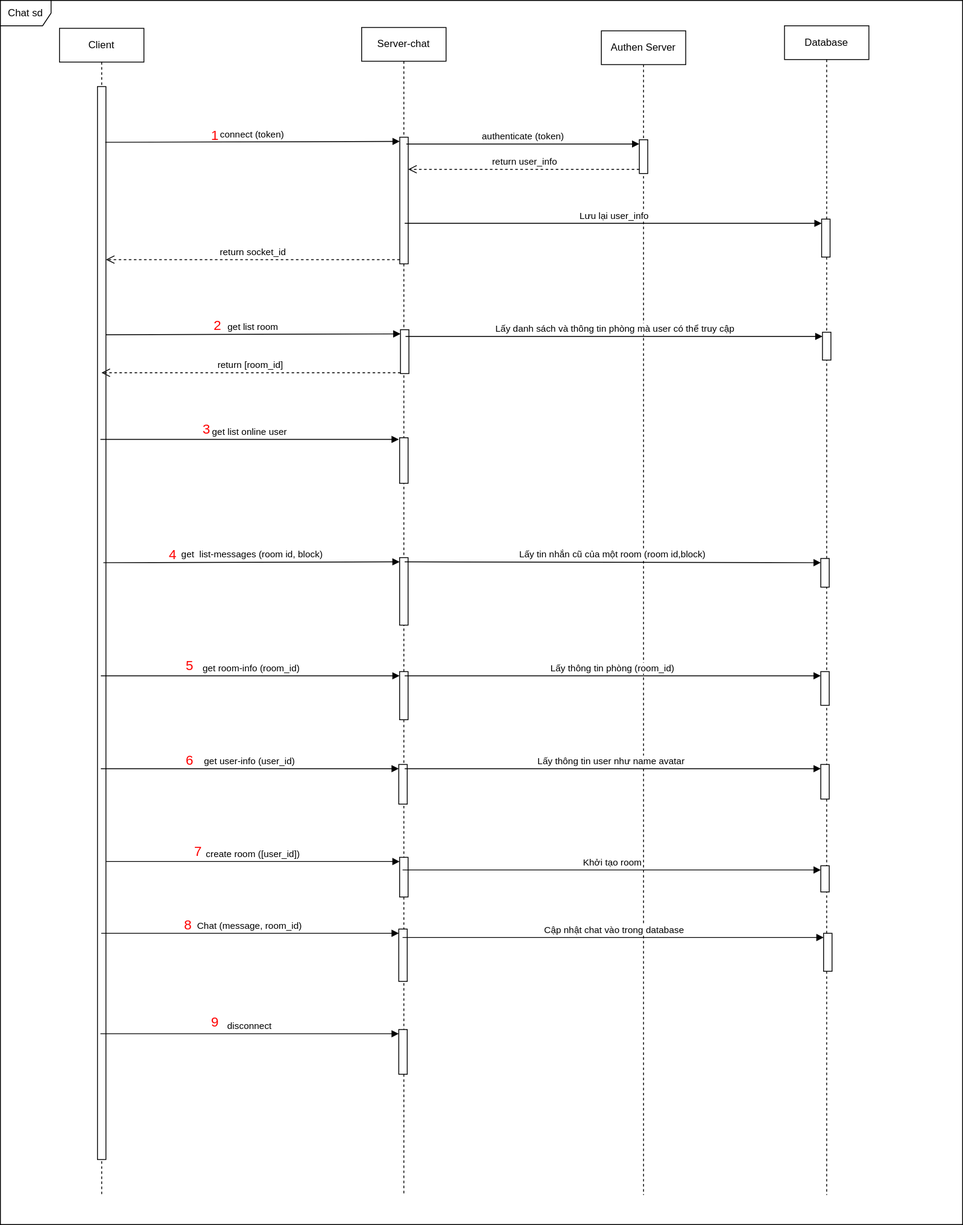
The draw.io diagram chat_sd.svg in aritoerp/assets, before a commit. Source tidied: cells renumbered, new cells last; positions are measured from the earlier drawing's top-left corner, leaving out a move shared by most shapes.
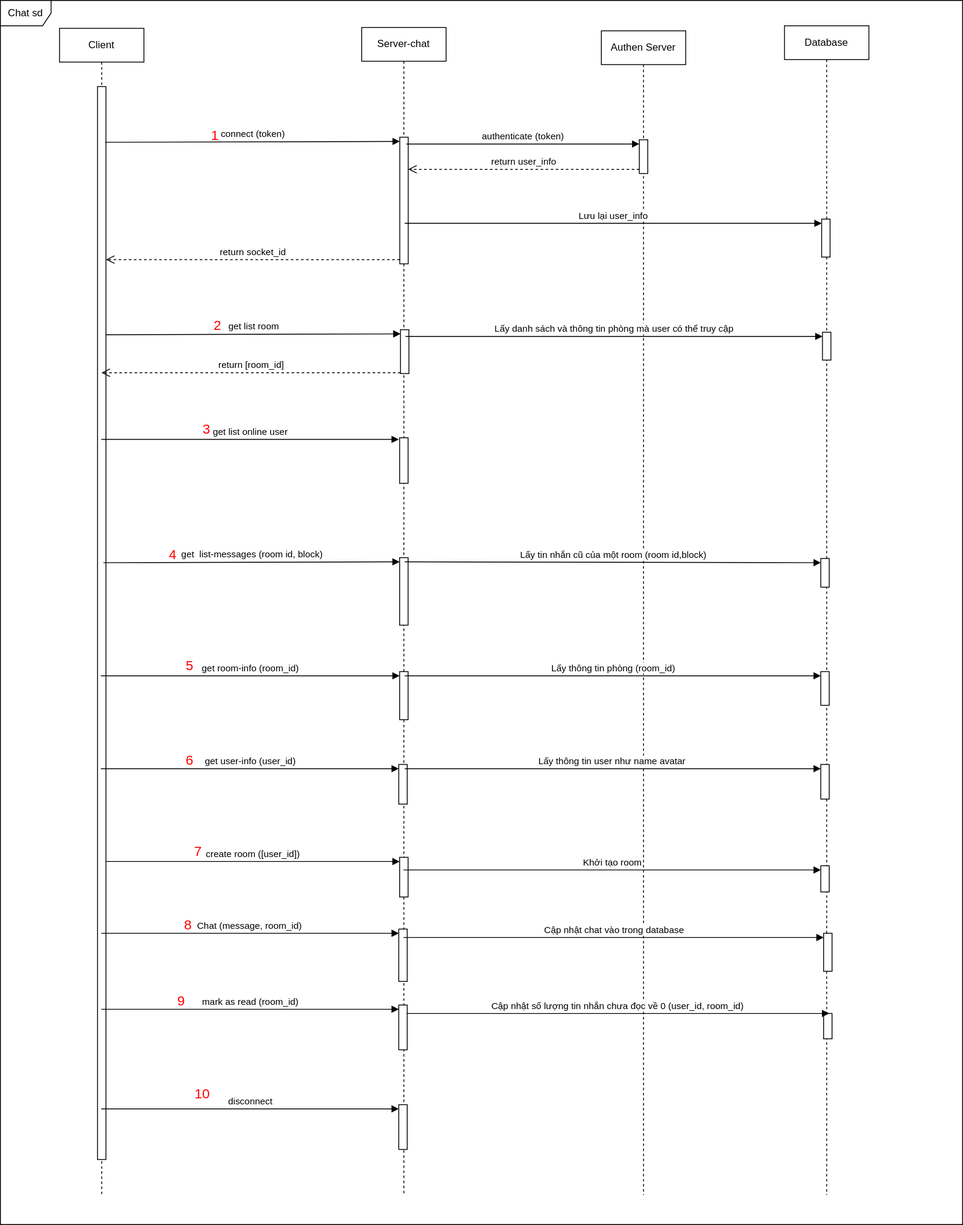
The same file after the commit.

Diff of the diagram source:
```diff
@@ -44,8 +44,16 @@
       <mxGeometry x="44" y="1068" width="10" height="62" as="geometry" />
     </mxCell>
     <mxCell id="15" style="html=1;points=[[0,0,0,0,5],[0,1,0,0,-5],[1,0,0,0,5],[1,1,0,0,-5]];perimeter=orthogonalPerimeter;outlineConnect=0;targetShapes=umlLifeline;portConstraint=eastwest;newEdgeStyle={&quot;curved&quot;:0,&quot;rounded&quot;:0};" parent="5" vertex="1">
-      <mxGeometry x="44" y="1187" width="10" height="53" as="geometry" />
+      <mxGeometry x="44" y="1276" width="10" height="53" as="geometry" />
     </mxCell>
+    <mxCell id="54" style="html=1;points=[[0,0,0,0,5],[0,1,0,0,-5],[1,0,0,0,5],[1,1,0,0,-5]];perimeter=orthogonalPerimeter;outlineConnect=0;targetShapes=umlLifeline;portConstraint=eastwest;newEdgeStyle={&quot;curved&quot;:0,&quot;rounded&quot;:0};" parent="5" vertex="1">
+      <mxGeometry x="44" y="1158" width="10" height="53" as="geometry" />
+    </mxCell>
+    <mxCell id="55" value="mark as read (room_id)" style="html=1;verticalAlign=bottom;endArrow=block;curved=0;rounded=0;entryX=0;entryY=0;entryDx=0;entryDy=5;" parent="5" edge="1" target="54">
+      <mxGeometry relative="1" as="geometry">
+        <mxPoint x="-308.5" y="1163" as="sourcePoint" />
+      </mxGeometry>
+    </mxCell>
     <mxCell id="16" value="get list room" style="html=1;verticalAlign=bottom;endArrow=block;curved=0;rounded=0;entryX=0;entryY=0;entryDx=0;entryDy=5;" parent="1" edge="1" target="6">
       <mxGeometry relative="1" as="geometry">
         <mxPoint x="125" y="396" as="sourcePoint" />
@@ -80,6 +88,9 @@
     <mxCell id="25" style="html=1;points=[[0,0,0,0,5],[0,1,0,0,-5],[1,0,0,0,5],[1,1,0,0,-5]];perimeter=orthogonalPerimeter;outlineConnect=0;targetShapes=umlLifeline;portConstraint=eastwest;newEdgeStyle={&quot;curved&quot;:0,&quot;rounded&quot;:0};" parent="22" vertex="1">
       <mxGeometry x="44" y="229" width="10" height="45" as="geometry" />
     </mxCell>
+    <mxCell id="56" style="html=1;perimeter=orthogonalPerimeter;targetShapes=umlLifeline;newEdgeStyle={&quot;curved&quot;:0,&quot;rounded&quot;:0};" parent="22" vertex="1">
+      <mxGeometry x="46.3" y="1170" width="10" height="30" as="geometry" />
+    </mxCell>
     <mxCell id="26" value="Lấy danh sách và thông tin phòng mà user có thể truy cập" style="html=1;verticalAlign=bottom;endArrow=block;curved=0;rounded=0;entryX=0;entryY=0;entryDx=0;entryDy=5;" parent="1" edge="1" target="23">
       <mxGeometry relative="1" as="geometry">
         <mxPoint x="480" y="398" as="sourcePoint" />
@@ -176,16 +187,27 @@
     <mxCell id="50" value="Cập nhật chat vào trong database" style="html=1;verticalAlign=bottom;endArrow=block;curved=0;rounded=0;entryX=0;entryY=0;entryDx=0;entryDy=5;" parent="1" edge="1" source="5" target="24">
       <mxGeometry relative="1" as="geometry" />
     </mxCell>
-    <mxCell id="51" value="disconnect" style="html=1;verticalAlign=bottom;endArrow=block;curved=0;rounded=0;entryX=0;entryY=0;entryDx=0;entryDy=5;" parent="1" edge="1" source="3" target="15">
-      <mxGeometry relative="1" as="geometry" />
+    <mxCell id="51" value="disconnect" style="html=1;verticalAlign=bottom;endArrow=block;curved=0;rounded=0;entryX=0;entryY=0;entryDx=0;entryDy=5;" parent="1" edge="1" target="15">
+      <mxGeometry relative="1" as="geometry">
+        <mxPoint x="119.5" y="1313" as="sourcePoint" />
+      </mxGeometry>
     </mxCell>
     <mxCell id="52" value="&lt;font color=&quot;#ff0000&quot; style=&quot;font-size: 16px;&quot;&gt;9&lt;/font&gt;" style="text;html=1;align=center;verticalAlign=middle;strokeColor=none;fillColor=none;" parent="1" vertex="1">
-      <mxGeometry x="239" y="1195" width="30" height="30" as="geometry" />
+      <mxGeometry x="199" y="1170" width="30" height="30" as="geometry" />
     </mxCell>
     <mxCell id="53" value="Lưu lại user_info" style="html=1;verticalAlign=bottom;endArrow=block;curved=0;rounded=0;entryX=0;entryY=0;entryDx=0;entryDy=5;" parent="1" edge="1" target="25">
       <mxGeometry relative="1" as="geometry">
         <mxPoint x="479" y="264" as="sourcePoint" />
       </mxGeometry>
     </mxCell>
+    <mxCell id="57" value="&lt;font color=&quot;#ff0000&quot; style=&quot;font-size: 16px;&quot;&gt;10&lt;/font&gt;" style="text;html=1;align=center;verticalAlign=middle;strokeColor=none;fillColor=none;" parent="1" vertex="1">
+      <mxGeometry x="219" y="1280" width="40" height="30" as="geometry" />
+    </mxCell>
+    <mxCell id="58" value="Cập nhật số lượng tin nhắn chưa đọc về 0 (user_id, room_id)" style="html=1;verticalAlign=bottom;endArrow=block;curved=0;rounded=0;entryX=0;entryY=0;entryDx=0;entryDy=5;" parent="1" edge="1">
+      <mxGeometry relative="1" as="geometry">
+        <mxPoint x="481.3" y="1200" as="sourcePoint" />
+        <mxPoint x="982" y="1200" as="targetPoint" />
+      </mxGeometry>
+    </mxCell>
   </root>
 </mxGraphModel>
```
